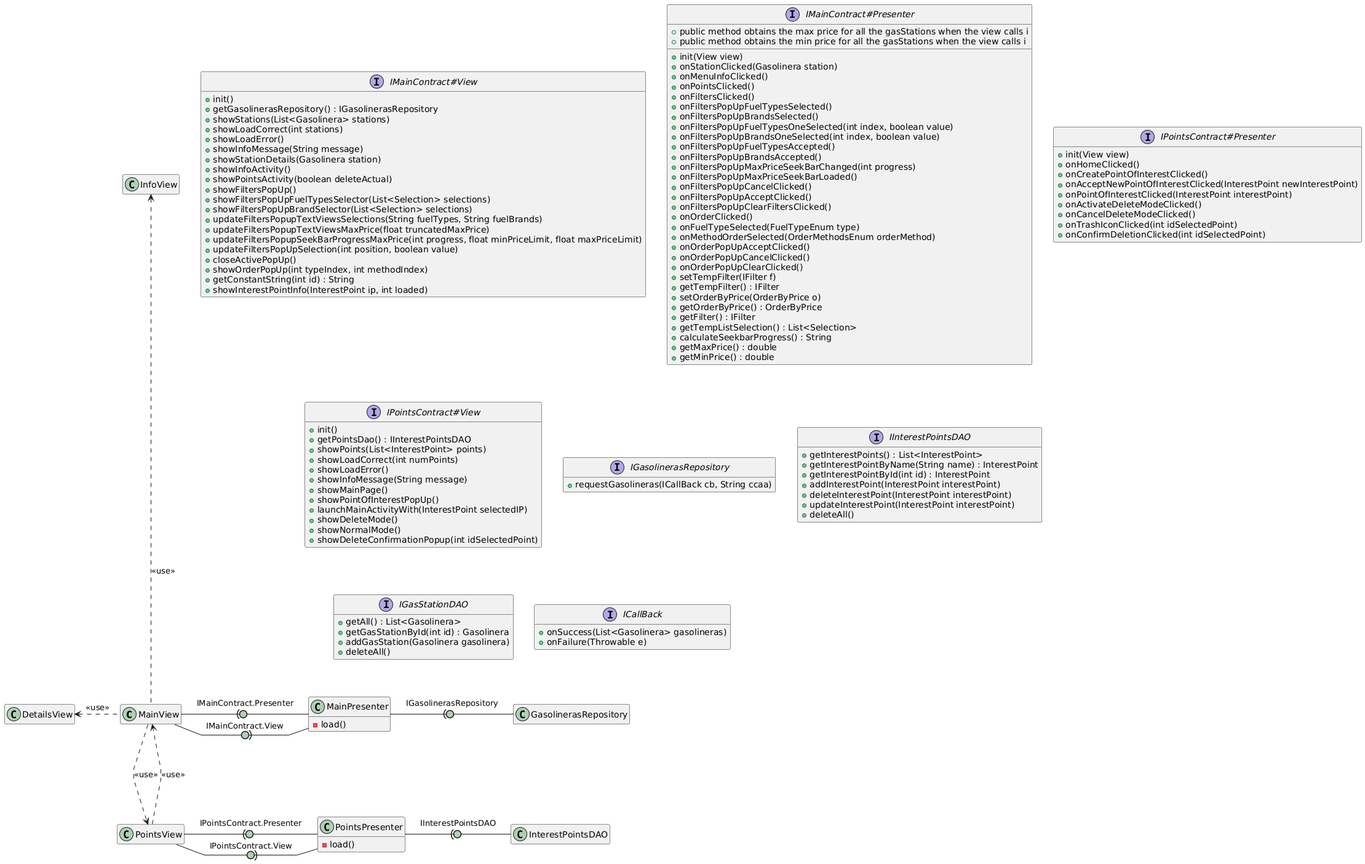
This is Docs/Models/architecture.png from isunican/App-Gasolineras-Grupo1, a PlantUML export, as it was before one commit.
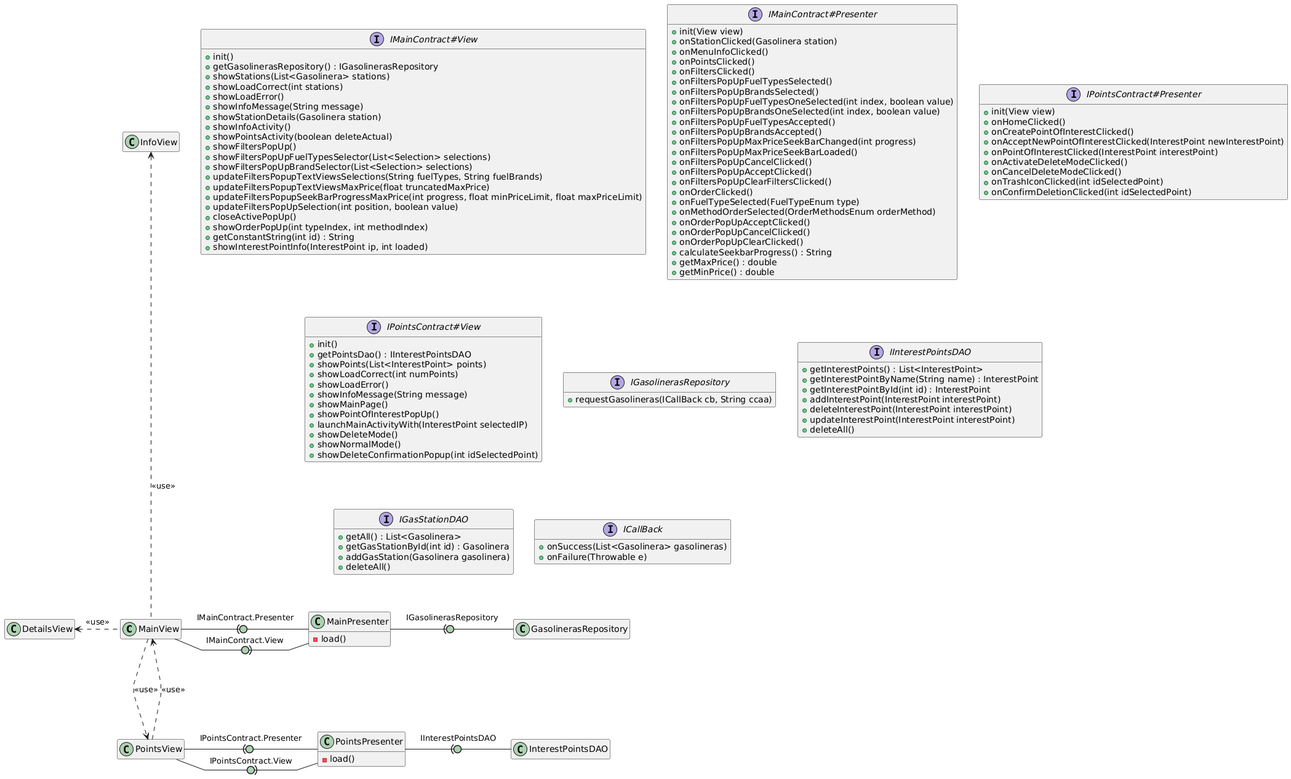
Later version of the same file.

Change to the diagram source:
```diff
@@ -68,16 +68,8 @@
     + onOrderPopUpAcceptClicked()
     + onOrderPopUpCancelClicked()
     + onOrderPopUpClearClicked()
-    + setTempFilter(IFilter f)
-    + getTempFilter() : IFilter
-    + setOrderByPrice(OrderByPrice o)
-    + getOrderByPrice() : OrderByPrice
-    + getFilter() : IFilter
-    + getTempListSelection() : List<Selection>
     + calculateSeekbarProgress() : String
-    + public method obtains the max price for all the gasStations when the view calls i
     + getMaxPrice() : double
-    + public method obtains the min price for all the gasStations when the view calls i
     + getMinPrice() : double
 }
 
```
